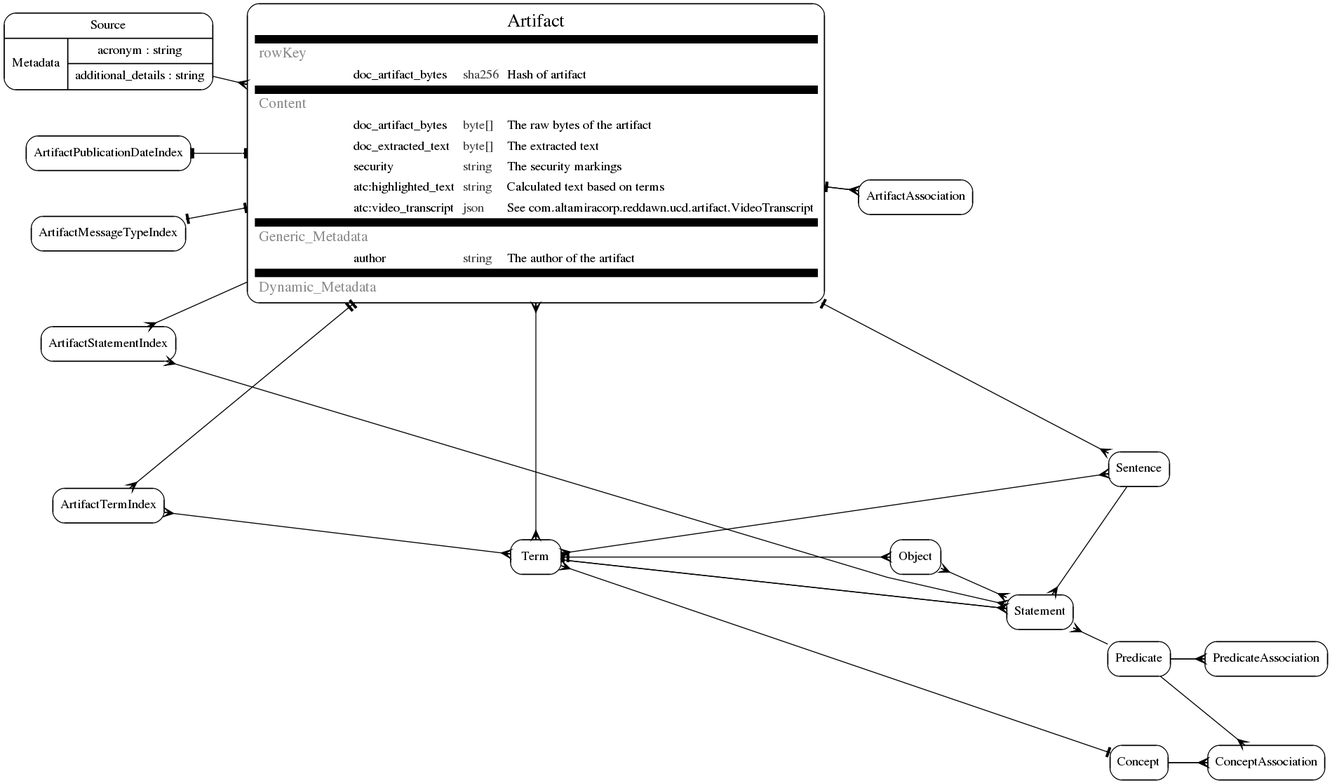
lumifyio/lumify-data keeps this Graphviz diagram as docs/build/erd.png. Above is the earlier version. Its source is kept beside it as docs/build/erd.gv.
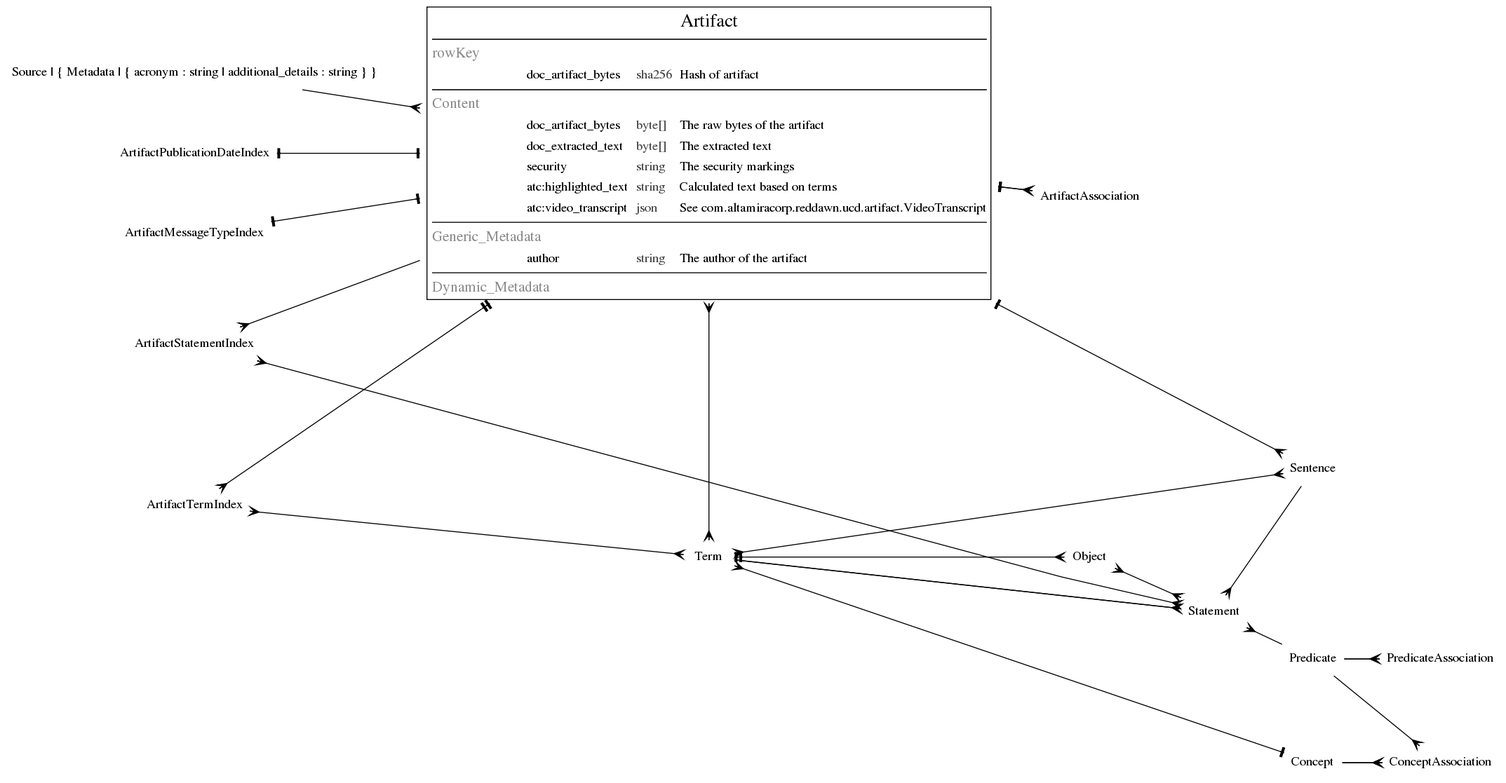
Later version of the same file.

Commit message:
Changed style to plaintext and thinned borders

The edit, as a diff of the source:
```diff
@@ -1,9 +1,9 @@
 digraph models_diagram {
   graph [splines=ortho, nodesep=0.7]
-  node [shape=Mrecord]
+  node [shape=plaintext]
   rankdir = LR
 
-  "Artifact" [label=<<table border="0" cellborder="0" cellspacing="0" cellpadding="4"><tr><td colspan="4" align="CENTER"><font point-size="20">Artifact</font></td></tr><tr cellpadding="0"><td height="0" bgcolor="BLACK" colspan="4"></td></tr><tr><td colspan="4" color="GREY" align="LEFT"><font color="#888888" point-size="16">rowKey</font></td></tr><tr><td align="LEFT" width="100"></td><td align="LEFT">doc_artifact_bytes</td><td align="LEFT"><font color="#444444">sha256</font></td><td align="LEFT">Hash of artifact</td></tr><tr cellpadding="0"><td height="0" bgcolor="BLACK" colspan="4"></td></tr><tr><td colspan="4" color="GREY" align="LEFT"><font color="#888888" point-size="16">Content</font></td></tr><tr><td align="LEFT" width="100"></td><td align="LEFT">doc_artifact_bytes</td><td align="LEFT"><font color="#444444">byte[]</font></td><td align="LEFT">The raw bytes of the artifact</td></tr><tr><td align="LEFT" width="100"></td><td align="LEFT">doc_extracted_text</td><td align="LEFT"><font color="#444444">byte[]</font></td><td align="LEFT">The extracted text</td></tr><tr><td align="LEFT" width="100"></td><td align="LEFT">security</td><td align="LEFT"><font color="#444444">string</font></td><td align="LEFT">The security markings</td></tr><tr><td align="LEFT" width="100"></td><td align="LEFT">atc:highlighted_text</td><td align="LEFT"><font color="#444444">string</font></td><td align="LEFT">Calculated text based on terms</td></tr><tr><td align="LEFT" width="100"></td><td align="LEFT">atc:video_transcript</td><td align="LEFT"><font color="#444444">json</font></td><td align="LEFT">See com.altamiracorp.reddawn.ucd.artifact.VideoTranscript</td></tr><tr cellpadding="0"><td height="0" bgcolor="BLACK" colspan="4"></td></tr><tr><td colspan="4" color="GREY" align="LEFT"><font color="#888888" point-size="16">Generic_Metadata</font></td></tr><tr><td align="LEFT" width="100"></td><td align="LEFT">author</td><td align="LEFT"><font color="#444444">string</font></td><td align="LEFT">The author of the artifact</td></tr><tr cellpadding="0"><td height="0" bgcolor="BLACK" colspan="4"></td></tr><tr><td colspan="4" color="GREY" align="LEFT"><font color="#888888" point-size="16">Dynamic_Metadata</font></td></tr></table>>];
+  "Artifact" [label=<<table border="1" cellborder="0" cellspacing="0" cellpadding="4"><tr><td colspan="4" align="CENTER"><font point-size="20">Artifact</font></td></tr><tr><td colspan="4"><table height="0" border="0" bgcolor="#333333" cellborder="0" cellspacing="0" cellpadding="0"><tr><td></td></tr></table></td></tr><tr><td colspan="4" color="GREY" align="LEFT"><font color="#888888" point-size="16">rowKey</font></td></tr><tr><td align="LEFT" width="100"></td><td align="LEFT">doc_artifact_bytes</td><td align="LEFT"><font color="#444444">sha256</font></td><td align="LEFT">Hash of artifact</td></tr><tr><td colspan="4"><table height="0" border="0" bgcolor="#333333" cellborder="0" cellspacing="0" cellpadding="0"><tr><td></td></tr></table></td></tr><tr><td colspan="4" color="GREY" align="LEFT"><font color="#888888" point-size="16">Content</font></td></tr><tr><td align="LEFT" width="100"></td><td align="LEFT">doc_artifact_bytes</td><td align="LEFT"><font color="#444444">byte[]</font></td><td align="LEFT">The raw bytes of the artifact</td></tr><tr><td align="LEFT" width="100"></td><td align="LEFT">doc_extracted_text</td><td align="LEFT"><font color="#444444">byte[]</font></td><td align="LEFT">The extracted text</td></tr><tr><td align="LEFT" width="100"></td><td align="LEFT">security</td><td align="LEFT"><font color="#444444">string</font></td><td align="LEFT">The security markings</td></tr><tr><td align="LEFT" width="100"></td><td align="LEFT">atc:highlighted_text</td><td align="LEFT"><font color="#444444">string</font></td><td align="LEFT">Calculated text based on terms</td></tr><tr><td align="LEFT" width="100"></td><td align="LEFT">atc:video_transcript</td><td align="LEFT"><font color="#444444">json</font></td><td align="LEFT">See com.altamiracorp.reddawn.ucd.artifact.VideoTranscript</td></tr><tr><td colspan="4"><table height="0" border="0" bgcolor="#333333" cellborder="0" cellspacing="0" cellpadding="0"><tr><td></td></tr></table></td></tr><tr><td colspan="4" color="GREY" align="LEFT"><font color="#888888" point-size="16">Generic_Metadata</font></td></tr><tr><td align="LEFT" width="100"></td><td align="LEFT">author</td><td align="LEFT"><font color="#444444">string</font></td><td align="LEFT">The author of the artifact</td></tr><tr><td colspan="4"><table height="0" border="0" bgcolor="#333333" cellborder="0" cellspacing="0" cellpadding="0"><tr><td></td></tr></table></td></tr><tr><td colspan="4" color="GREY" align="LEFT"><font color="#888888" point-size="16">Dynamic_Metadata</font></td></tr></table>>];
 
 
   "Source" [label="Source | { Metadata | { acronym : string | additional_details : string } }"];
```
